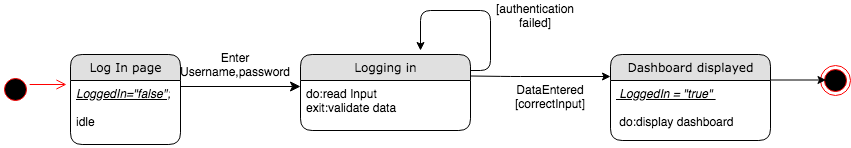
This is Diagrams/State Chart Diagrams FINAL/ ST_01 LOGIN.png from kkasharaj17/SE-project, a draw.io export, as it was before one commit. Source tidied: cells renumbered, new cells last; positions are measured from the earlier drawing's top-left corner, leaving out a move shared by most shapes.
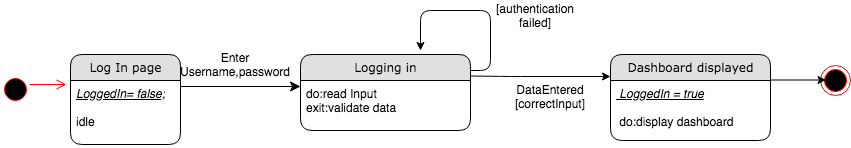
After the commit.

The edit, as a diff of the source:
```diff
@@ -62,13 +62,13 @@
     <mxCell id="12" value="Dashboard displayed" style="swimlane;html=1;fontStyle=0;horizontal=1;startSize=26;fillColor=#e0e0e0;swimlaneFillColor=#ffffff;align=center;rounded=1;shadow=0;comic=0;labelBackgroundColor=none;strokeWidth=1;fontFamily=Verdana;fontSize=12;" parent="1" vertex="1">
       <mxGeometry x="610" y="54" width="160" height="86" as="geometry" />
     </mxCell>
-    <mxCell id="13" value="&lt;i&gt;&lt;u&gt;&amp;nbsp;LoggedIn = &quot;true&quot;&amp;nbsp;&lt;br&gt;&lt;br&gt;&lt;/u&gt;&lt;/i&gt;&amp;nbsp;do:display dashboard" style="text;html=1;strokeColor=none;fillColor=none;spacingLeft=4;spacingRight=4;whiteSpace=wrap;overflow=hidden;" parent="12" vertex="1">
+    <mxCell id="13" value="&lt;i&gt;&lt;u&gt;&amp;nbsp;LoggedIn = true&lt;br&gt;&lt;br&gt;&lt;/u&gt;&lt;/i&gt;&amp;nbsp;do:display dashboard" style="text;html=1;strokeColor=none;fillColor=none;spacingLeft=4;spacingRight=4;whiteSpace=wrap;overflow=hidden;" parent="12" vertex="1">
       <mxGeometry y="26" width="160" height="54" as="geometry" />
     </mxCell>
     <mxCell id="14" value="Log In page" style="swimlane;html=1;fontStyle=0;horizontal=1;startSize=26;fillColor=#e0e0e0;swimlaneFillColor=#ffffff;align=center;rounded=1;shadow=0;comic=0;labelBackgroundColor=none;strokeWidth=1;fontFamily=Verdana;fontSize=12;" parent="1" vertex="1">
       <mxGeometry x="70" y="54" width="110" height="90" as="geometry" />
     </mxCell>
-    <mxCell id="15" value="&lt;i&gt;&lt;u&gt;LoggedIn=&quot;false&quot;;&lt;/u&gt;&lt;/i&gt;&lt;br&gt;&lt;br&gt;idle" style="text;html=1;strokeColor=none;fillColor=none;spacingLeft=4;spacingRight=4;whiteSpace=wrap;overflow=hidden;" parent="14" vertex="1">
+    <mxCell id="15" value="&lt;i&gt;&lt;u&gt;LoggedIn= false;&lt;/u&gt;&lt;/i&gt;&lt;br&gt;&lt;br&gt;idle" style="text;html=1;strokeColor=none;fillColor=none;spacingLeft=4;spacingRight=4;whiteSpace=wrap;overflow=hidden;" parent="14" vertex="1">
       <mxGeometry y="26" width="110" height="64" as="geometry" />
     </mxCell>
     <mxCell id="16" value="Logging in" style="swimlane;html=1;fontStyle=0;horizontal=1;startSize=26;fillColor=#e0e0e0;swimlaneFillColor=#ffffff;align=center;rounded=1;shadow=0;comic=0;labelBackgroundColor=none;strokeWidth=1;fontFamily=Verdana;fontSize=12;" parent="1" vertex="1">
```
